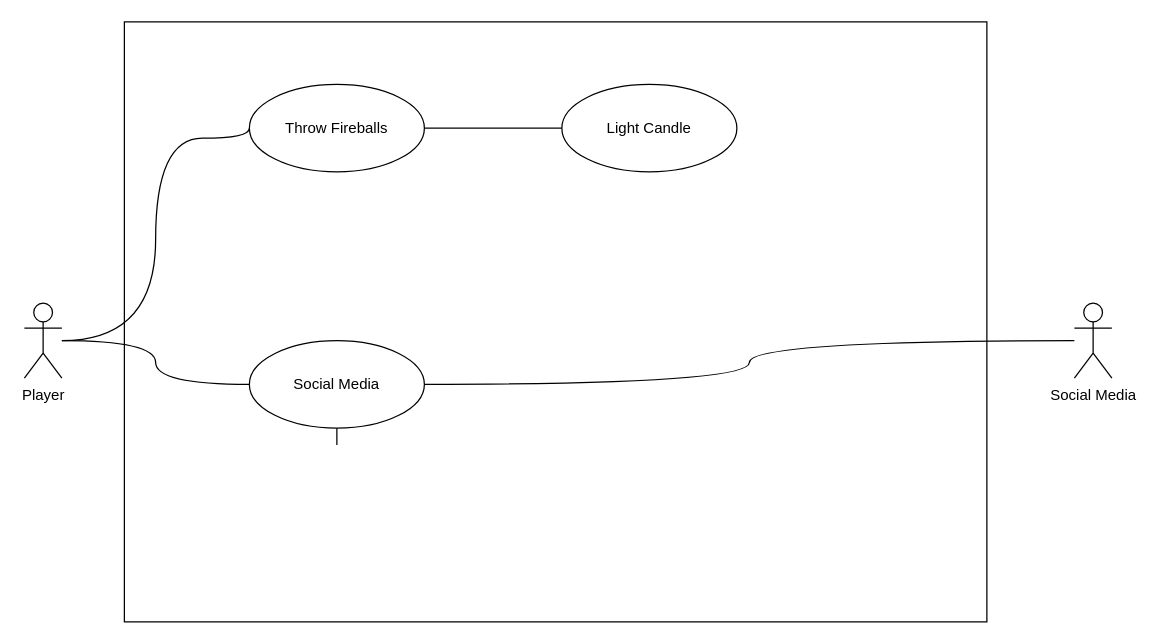
ezratkim/CISC210draw.io keeps this draw.io diagram as Untitled Diagram.drawio. Above is the earlier version. Source tidied: cells renumbered, new cells numbered last; positions are measured from the earlier drawing's top-left corner, leaving out a move shared by most shapes. Both pictures are drawn from the tidied source at 125%, with x=0, y=0 at pixel (24, 21).
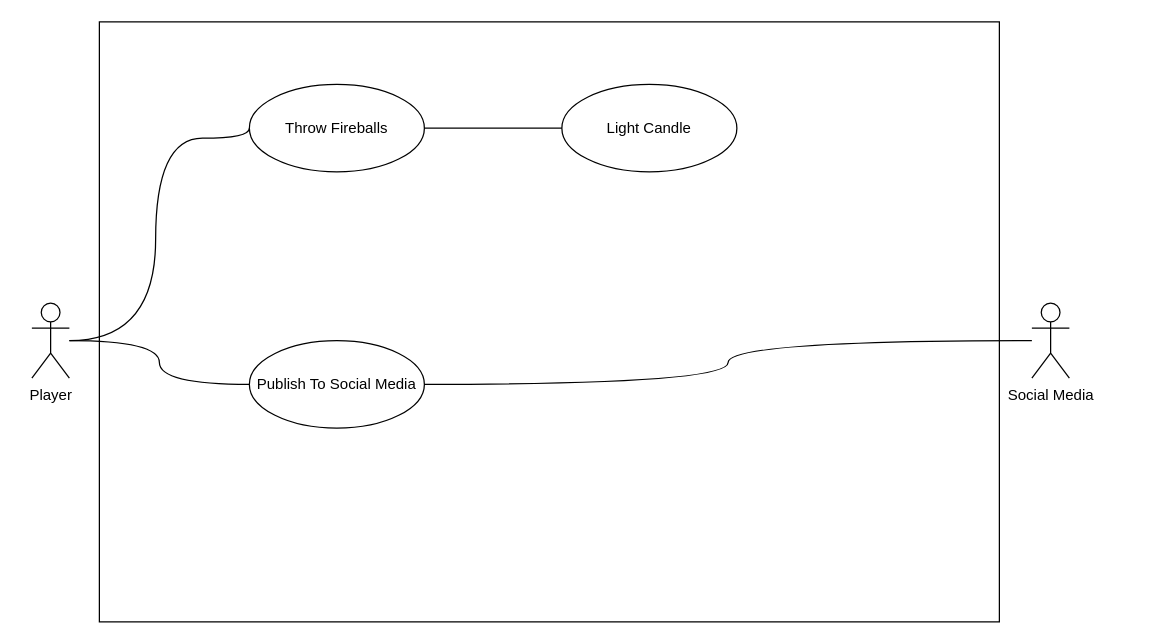
The same diagram, later.

Diff of the diagram source:
```diff
@@
 <mxGraphModel>
   <root>
     <mxCell id="0" />
     <mxCell id="1" parent="0" />
     <mxCell id="2" style="rounded=0;whiteSpace=wrap;html=1;gradientColor=none;fillColor=none;" parent="1" vertex="1">
-      <mxGeometry x="80" width="690" height="480" as="geometry" />
+      <mxGeometry x="60" width="720" height="480" as="geometry" />
     </mxCell>
     <mxCell id="3" style="edgeStyle=orthogonalEdgeStyle;curved=1;jettySize=auto;html=1;endArrow=none;endFill=0;entryX=0;entryY=0.5;entryDx=0;entryDy=0;" parent="1" edge="1" source="4" target="5">
       <mxGeometry relative="1" as="geometry" />
     </mxCell>
     <mxCell id="4" value="Throw Fireballs" style="ellipse;whiteSpace=wrap;html=1;fillColor=none;gradientColor=none;" parent="1" vertex="1">
       <mxGeometry x="180" y="50" width="140" height="70" as="geometry" />
     </mxCell>
     <mxCell id="5" value="Light Candle" style="ellipse;whiteSpace=wrap;html=1;fillColor=none;gradientColor=none;" parent="1" vertex="1">
       <mxGeometry x="430" y="50" width="140" height="70" as="geometry" />
     </mxCell>
     <mxCell id="6" style="edgeStyle=orthogonalEdgeStyle;curved=1;jettySize=auto;html=1;endArrow=none;endFill=0;entryX=1;entryY=0.5;entryDx=0;entryDy=0;" parent="1" edge="1" source="7" target="9">
       <mxGeometry relative="1" as="geometry" />
     </mxCell>
     <mxCell id="7" value="Social Media" style="shape=umlActor;verticalLabelPosition=bottom;labelBackgroundColor=#ffffff;verticalAlign=top;html=1;outlineConnect=0;fillColor=none;gradientColor=none;" parent="1" vertex="1">
-      <mxGeometry x="840" y="225" width="30" height="60" as="geometry" />
+      <mxGeometry x="806" y="225" width="30" height="60" as="geometry" />
     </mxCell>
-    <mxCell id="8" style="edgeStyle=orthogonalEdgeStyle;curved=1;jettySize=auto;html=1;endArrow=none;endFill=0;" parent="1" edge="1" source="9" target="2">
-      <mxGeometry relative="1" as="geometry">
-        <Array as="points">
-          <mxPoint x="740" y="270" />
-          <mxPoint x="740" y="270" />
-        </Array>
-      </mxGeometry>
-    </mxCell>
-    <mxCell id="9" value="Social Media" style="ellipse;whiteSpace=wrap;html=1;fillColor=none;gradientColor=none;" parent="1" vertex="1">
+    <mxCell id="9" value="Publish To Social Media" style="ellipse;whiteSpace=wrap;html=1;fillColor=none;gradientColor=none;" parent="1" vertex="1">
       <mxGeometry x="180" y="255" width="140" height="70" as="geometry" />
     </mxCell>
     <mxCell id="10" style="edgeStyle=orthogonalEdgeStyle;curved=1;jettySize=auto;html=1;endArrow=none;endFill=0;entryX=0;entryY=0.5;entryDx=0;entryDy=0;" parent="1" edge="1" source="12" target="4">
       <mxGeometry relative="1" as="geometry">
         <Array as="points">
           <mxPoint x="105" y="255" />
           <mxPoint x="105" y="93" />
           <mxPoint x="180" y="93" />
         </Array>
       </mxGeometry>
     </mxCell>
     <mxCell id="11" style="edgeStyle=orthogonalEdgeStyle;curved=1;jettySize=auto;html=1;endArrow=none;endFill=0;entryX=0;entryY=0.5;entryDx=0;entryDy=0;" parent="1" edge="1" source="12" target="9">
       <mxGeometry relative="1" as="geometry" />
     </mxCell>
     <mxCell id="12" value="Player" style="shape=umlActor;verticalLabelPosition=bottom;labelBackgroundColor=#ffffff;verticalAlign=top;html=1;" parent="1" vertex="1">
-      <mxGeometry y="225" width="30" height="60" as="geometry" />
+      <mxGeometry x="6" y="225" width="30" height="60" as="geometry" />
     </mxCell>
   </root>
 </mxGraphModel>
```
